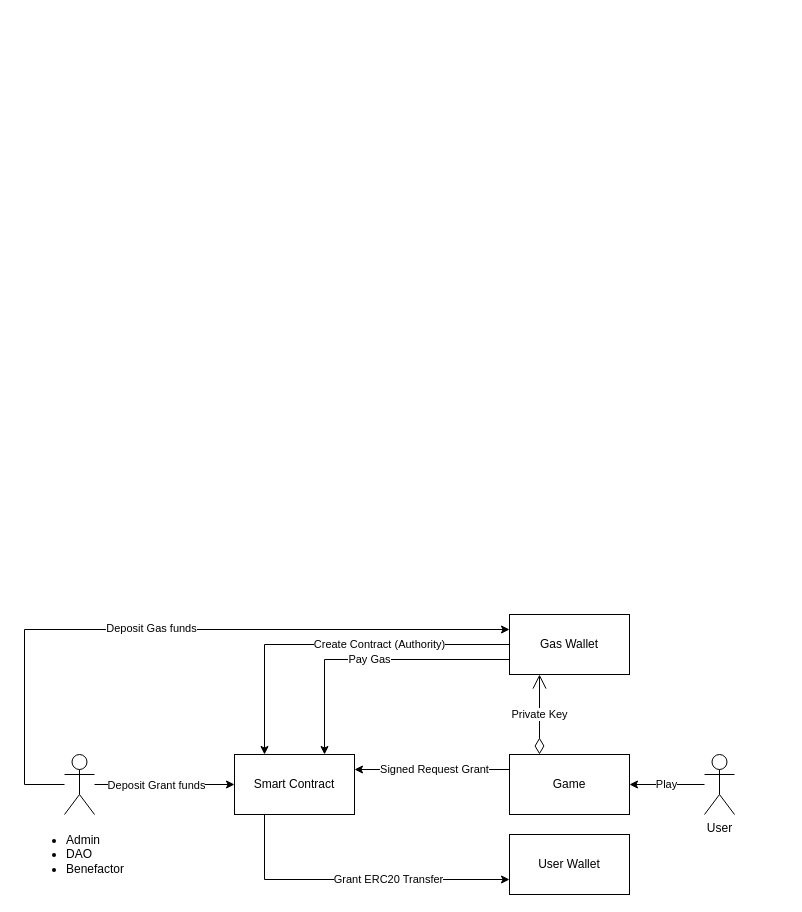
Earlier version of the draw.io diagram Documentation/Diagrams.drawio (kilogold/BadgerDAO). Source tidied: cells renumbered, new cells numbered last; positions are measured from the earlier drawing's top-left corner, leaving out a move shared by most shapes. Both pictures are drawn from the tidied source at 100%, with x=0, y=0 at pixel (24, 614).
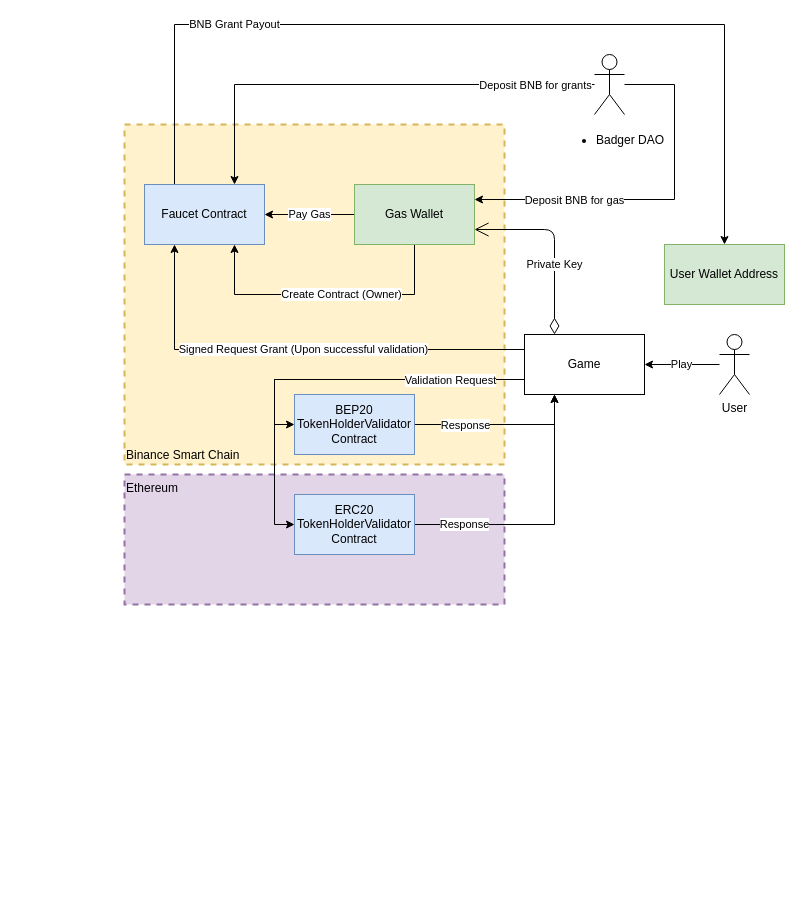
Above is the later version.

Change to the diagram source:
```diff
@@
+    <mxCell id="18" value="Binance Smart Chain" style="rounded=0;whiteSpace=wrap;html=1;dashed=1;strokeWidth=2;align=left;verticalAlign=bottom;fillColor=#fff2cc;strokeColor=#d6b656;" parent="1" vertex="1">
+      <mxGeometry x="100" y="-490" width="380" height="340" as="geometry" />
+    </mxCell>
+    <mxCell id="19" value="Ethereum" style="rounded=0;whiteSpace=wrap;html=1;dashed=1;strokeWidth=2;align=left;verticalAlign=top;fillColor=#e1d5e7;strokeColor=#9673a6;" parent="1" vertex="1">
+      <mxGeometry x="100" y="-140" width="380" height="130" as="geometry" />
+    </mxCell>
-    <mxCell id="2" value="Pay Gas" style="edgeStyle=orthogonalEdgeStyle;rounded=0;jettySize=auto;html=1;entryX=0.75;entryY=0;entryDx=0;entryDy=0;exitX=0;exitY=0.75;exitDx=0;exitDy=0;" parent="1" edge="1" source="4" target="6">
+    <mxCell id="2" value="Pay Gas" style="edgeStyle=orthogonalEdgeStyle;rounded=0;jettySize=auto;html=1;entryX=1;entryY=0.5;entryDx=0;entryDy=0;" parent="1" edge="1" source="4" target="6">
       <mxGeometry relative="1" as="geometry" />
     </mxCell>
-    <mxCell id="3" value="Create Contract (Authority)" style="edgeStyle=orthogonalEdgeStyle;rounded=0;jettySize=auto;html=1;exitX=0;exitY=0.5;exitDx=0;exitDy=0;entryX=0.25;entryY=0;entryDx=0;entryDy=0;" parent="1" edge="1" source="4" target="6">
-      <mxGeometry x="-0.27" relative="1" as="geometry" />
+    <mxCell id="3" value="Create Contract (Owner)" style="edgeStyle=orthogonalEdgeStyle;rounded=0;jettySize=auto;html=1;exitX=0.5;exitY=1;exitDx=0;exitDy=0;entryX=0.75;entryY=1;entryDx=0;entryDy=0;" parent="1" edge="1" source="4" target="6">
+      <mxGeometry x="-0.12" relative="1" as="geometry">
+        <Array as="points">
+          <mxPoint x="390" y="-320" />
+          <mxPoint x="210" y="-320" />
+        </Array>
+      </mxGeometry>
     </mxCell>
-    <mxCell id="4" value="Gas Wallet" style="rounded=0;whiteSpace=wrap;html=1;" parent="1" vertex="1">
-      <mxGeometry x="485" width="120" height="60" as="geometry" />
+    <mxCell id="4" value="Gas Wallet" style="rounded=0;whiteSpace=wrap;html=1;fillColor=#d5e8d4;strokeColor=#82b366;" parent="1" vertex="1">
+      <mxGeometry x="330" y="-430" width="120" height="60" as="geometry" />
     </mxCell>
-    <mxCell id="5" value="Grant ERC20 Transfer" style="edgeStyle=orthogonalEdgeStyle;rounded=0;jettySize=auto;html=1;entryX=0;entryY=0.75;entryDx=0;entryDy=0;exitX=0.25;exitY=1;exitDx=0;exitDy=0;" parent="1" edge="1" source="6" target="9">
-      <mxGeometry x="0.22" relative="1" as="geometry" />
+    <mxCell id="5" style="edgeStyle=orthogonalEdgeStyle;rounded=0;jettySize=auto;html=1;entryX=0.5;entryY=0;entryDx=0;entryDy=0;exitX=0.25;exitY=0;exitDx=0;exitDy=0;" parent="1" edge="1" source="6" target="9">
+      <mxGeometry relative="1" as="geometry">
+        <Array as="points">
+          <mxPoint x="150" y="-590" />
+          <mxPoint x="700" y="-590" />
+          <mxPoint x="700" y="-370" />
+        </Array>
+      </mxGeometry>
     </mxCell>
+    <mxCell id="20" value="BNB Grant Payout" style="edgeLabel;html=1;align=center;verticalAlign=middle;" parent="5" vertex="1">
+      <mxGeometry x="-0.58" y="1" relative="1" as="geometry">
+        <mxPoint x="24" as="offset" />
+      </mxGeometry>
+    </mxCell>
-    <mxCell id="6" value="Smart Contract" style="rounded=0;whiteSpace=wrap;html=1;" parent="1" vertex="1">
-      <mxGeometry x="210" y="140" width="120" height="60" as="geometry" />
+    <mxCell id="6" value="Faucet Contract" style="rounded=0;whiteSpace=wrap;html=1;fillColor=#dae8fc;strokeColor=#6c8ebf;" parent="1" vertex="1">
+      <mxGeometry x="120" y="-430" width="120" height="60" as="geometry" />
     </mxCell>
-    <mxCell id="7" value="Signed Request Grant" style="edgeStyle=orthogonalEdgeStyle;rounded=0;jettySize=auto;html=1;exitX=0;exitY=0.25;exitDx=0;exitDy=0;entryX=1;entryY=0.25;entryDx=0;entryDy=0;" parent="1" edge="1" source="8" target="6">
-      <mxGeometry x="-0.03" relative="1" as="geometry" />
+    <mxCell id="7" value="Signed Request Grant (Upon successful validation)" style="edgeStyle=orthogonalEdgeStyle;rounded=0;jettySize=auto;html=1;exitX=0;exitY=0.25;exitDx=0;exitDy=0;entryX=0.25;entryY=1;entryDx=0;entryDy=0;" parent="1" edge="1" source="8" target="6">
+      <mxGeometry x="-0.03" relative="1" as="geometry">
+        <Array as="points">
+          <mxPoint x="150" y="-265" />
+        </Array>
+      </mxGeometry>
     </mxCell>
+    <mxCell id="21" style="edgeStyle=orthogonalEdgeStyle;rounded=0;jettySize=auto;html=1;exitX=0;exitY=0.75;exitDx=0;exitDy=0;entryX=0;entryY=0.5;entryDx=0;entryDy=0;" parent="1" edge="1" source="8" target="28">
+      <mxGeometry relative="1" as="geometry">
+        <Array as="points">
+          <mxPoint x="250" y="-235" />
+          <mxPoint x="250" y="-190" />
+        </Array>
+      </mxGeometry>
+    </mxCell>
+    <mxCell id="22" style="edgeStyle=orthogonalEdgeStyle;rounded=0;jettySize=auto;html=1;entryX=0;entryY=0.5;entryDx=0;entryDy=0;exitX=0;exitY=0.75;exitDx=0;exitDy=0;" parent="1" edge="1" source="8" target="25">
+      <mxGeometry relative="1" as="geometry" />
+    </mxCell>
+    <mxCell id="23" value="Validation Request" style="edgeLabel;html=1;align=center;verticalAlign=middle;" parent="22" vertex="1">
+      <mxGeometry x="-0.32" relative="1" as="geometry">
+        <mxPoint x="66" as="offset" />
+      </mxGeometry>
+    </mxCell>
     <mxCell id="8" value="Game" style="rounded=0;whiteSpace=wrap;html=1;" parent="1" vertex="1">
-      <mxGeometry x="485" y="140" width="120" height="60" as="geometry" />
+      <mxGeometry x="500" y="-280" width="120" height="60" as="geometry" />
     </mxCell>
-    <mxCell id="9" value="User Wallet" style="rounded=0;whiteSpace=wrap;html=1;" parent="1" vertex="1">
-      <mxGeometry x="485" y="220" width="120" height="60" as="geometry" />
+    <mxCell id="9" value="User Wallet Address" style="rounded=0;whiteSpace=wrap;html=1;fillColor=#d5e8d4;strokeColor=#82b366;" parent="1" vertex="1">
+      <mxGeometry x="640" y="-370" width="120" height="60" as="geometry" />
     </mxCell>
-    <mxCell id="10" value="Private Key" style="endArrow=open;html=1;endSize=12;startArrow=diamondThin;startSize=14;startFill=0;edgeStyle=orthogonalEdgeStyle;exitX=0.25;exitY=0;exitDx=0;exitDy=0;entryX=0.25;entryY=1;entryDx=0;entryDy=0;" parent="1" edge="1" source="8" target="4">
-      <mxGeometry relative="1" as="geometry" />
+    <mxCell id="10" value="Private Key" style="endArrow=open;html=1;endSize=12;startArrow=diamondThin;startSize=14;startFill=0;edgeStyle=orthogonalEdgeStyle;exitX=0.25;exitY=0;exitDx=0;exitDy=0;entryX=1;entryY=0.75;entryDx=0;entryDy=0;" parent="1" edge="1" source="8" target="4">
+      <mxGeometry x="-0.24" relative="1" as="geometry" />
     </mxCell>
@@
     <mxCell id="12" value="User" style="shape=umlActor;verticalLabelPosition=bottom;verticalAlign=top;html=1;" parent="1" vertex="1">
-      <mxGeometry x="680" y="140" width="30" height="60" as="geometry" />
+      <mxGeometry x="695" y="-280" width="30" height="60" as="geometry" />
     </mxCell>
-    <mxCell id="13" style="edgeStyle=orthogonalEdgeStyle;rounded=0;jettySize=auto;html=1;entryX=0;entryY=0.5;entryDx=0;entryDy=0;" parent="1" edge="1" source="17" target="6">
+    <mxCell id="13" style="edgeStyle=orthogonalEdgeStyle;rounded=0;jettySize=auto;html=1;entryX=0.75;entryY=0;entryDx=0;entryDy=0;" parent="1" edge="1" source="17" target="6">
       <mxGeometry relative="1" as="geometry" />
     </mxCell>
-    <mxCell id="14" value="Deposit Grant funds" style="edgeLabel;html=1;align=center;verticalAlign=middle;" parent="13" vertex="1">
-      <mxGeometry x="-0.13" relative="1" as="geometry" />
+    <mxCell id="14" value="Deposit BNB for grants" style="edgeLabel;html=1;align=center;verticalAlign=middle;" parent="13" vertex="1">
+      <mxGeometry x="-0.13" relative="1" as="geometry">
+        <mxPoint x="140" as="offset" />
+      </mxGeometry>
     </mxCell>
-    <mxCell id="15" style="edgeStyle=orthogonalEdgeStyle;rounded=0;jettySize=auto;html=1;entryX=0;entryY=0.25;entryDx=0;entryDy=0;" parent="1" edge="1" source="17" target="4">
+    <mxCell id="15" style="edgeStyle=orthogonalEdgeStyle;rounded=0;jettySize=auto;html=1;entryX=1;entryY=0.25;entryDx=0;entryDy=0;" parent="1" edge="1" source="17" target="4">
       <mxGeometry relative="1" as="geometry">
         <Array as="points">
-          <mxPoint y="170" />
-          <mxPoint y="15" />
+          <mxPoint x="650" y="-530" />
+          <mxPoint x="650" y="-415" />
         </Array>
       </mxGeometry>
     </mxCell>
-    <mxCell id="16" value="Deposit Gas funds" style="edgeLabel;html=1;align=center;verticalAlign=middle;" parent="15" vertex="1">
+    <mxCell id="16" value="Deposit BNB for gas" style="edgeLabel;html=1;align=center;verticalAlign=middle;" parent="15" vertex="1">
       <mxGeometry x="-0.16" y="-1" relative="1" as="geometry">
-        <mxPoint x="35" y="-2" as="offset" />
+        <mxPoint x="-100" y="12" as="offset" />
       </mxGeometry>
     </mxCell>
-    <mxCell id="17" value="&lt;ul&gt;&lt;li&gt;&lt;span&gt;Admin&lt;/span&gt;&lt;/li&gt;&lt;li&gt;&lt;span&gt;DAO&lt;/span&gt;&lt;/li&gt;&lt;li&gt;&lt;span&gt;Benefactor&lt;/span&gt;&lt;/li&gt;&lt;/ul&gt;" style="shape=umlActor;verticalLabelPosition=bottom;verticalAlign=top;html=1;align=left;spacingLeft=-40;" parent="1" vertex="1">
-      <mxGeometry x="40" y="140" width="30" height="60" as="geometry" />
+    <mxCell id="17" value="&lt;ul&gt;&lt;li&gt;Badger DAO&lt;/li&gt;&lt;/ul&gt;" style="shape=umlActor;verticalLabelPosition=bottom;verticalAlign=top;html=1;align=left;spacingLeft=-40;" parent="1" vertex="1">
+      <mxGeometry x="570" y="-560" width="30" height="60" as="geometry" />
     </mxCell>
+    <mxCell id="24" value="Response" style="edgeStyle=orthogonalEdgeStyle;rounded=0;jettySize=auto;html=1;entryX=0.25;entryY=1;entryDx=0;entryDy=0;" parent="1" edge="1" source="25" target="8">
+      <mxGeometry x="-0.63" relative="1" as="geometry" />
+    </mxCell>
+    <mxCell id="25" value="ERC20 TokenHolderValidator&lt;br&gt;Contract" style="rounded=0;whiteSpace=wrap;html=1;fillColor=#dae8fc;strokeColor=#6c8ebf;" parent="1" vertex="1">
+      <mxGeometry x="270" y="-120" width="120" height="60" as="geometry" />
+    </mxCell>
+    <mxCell id="26" style="edgeStyle=orthogonalEdgeStyle;rounded=0;jettySize=auto;html=1;entryX=0.25;entryY=1;entryDx=0;entryDy=0;" parent="1" edge="1" source="28" target="8">
+      <mxGeometry relative="1" as="geometry" />
+    </mxCell>
+    <mxCell id="27" value="Response" style="edgeLabel;html=1;align=center;verticalAlign=middle;" parent="26" vertex="1">
+      <mxGeometry x="-0.05" relative="1" as="geometry">
+        <mxPoint x="-31" as="offset" />
+      </mxGeometry>
+    </mxCell>
+    <mxCell id="28" value="BEP20 TokenHolderValidator&lt;br&gt;Contract" style="rounded=0;whiteSpace=wrap;html=1;fillColor=#dae8fc;strokeColor=#6c8ebf;" parent="1" vertex="1">
+      <mxGeometry x="270" y="-220" width="120" height="60" as="geometry" />
+    </mxCell>
```
